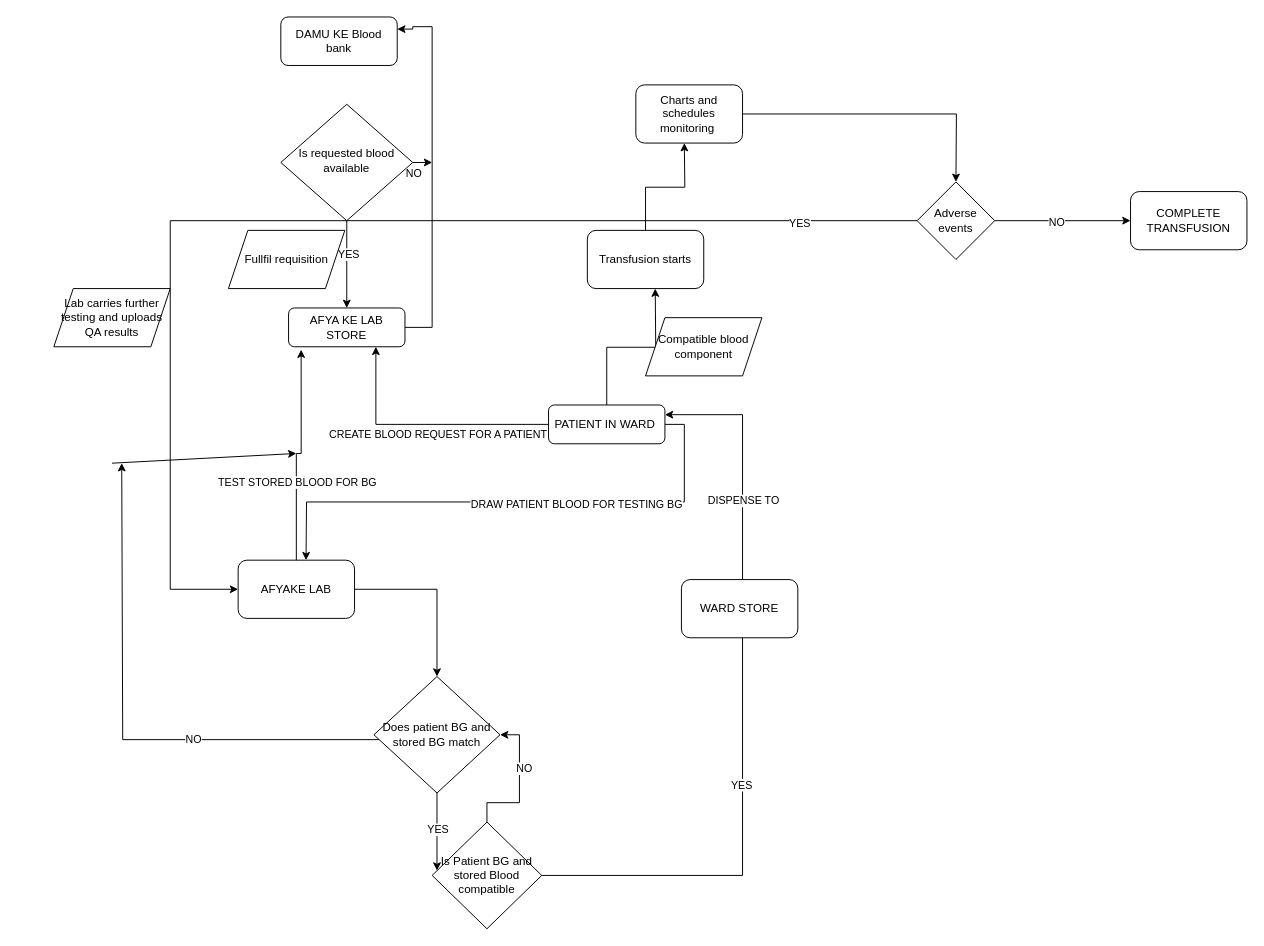
kelvinmudanya/zero_day keeps this draw.io diagram as Untitled Diagram.drawio. Above is the earlier version. Source tidied: cells renumbered, new cells numbered last; positions are measured from the earlier drawing's top-left corner, leaving out a move shared by most shapes. Both pictures are drawn from the tidied source at 97%, with x=0, y=0 at pixel (53, 16).
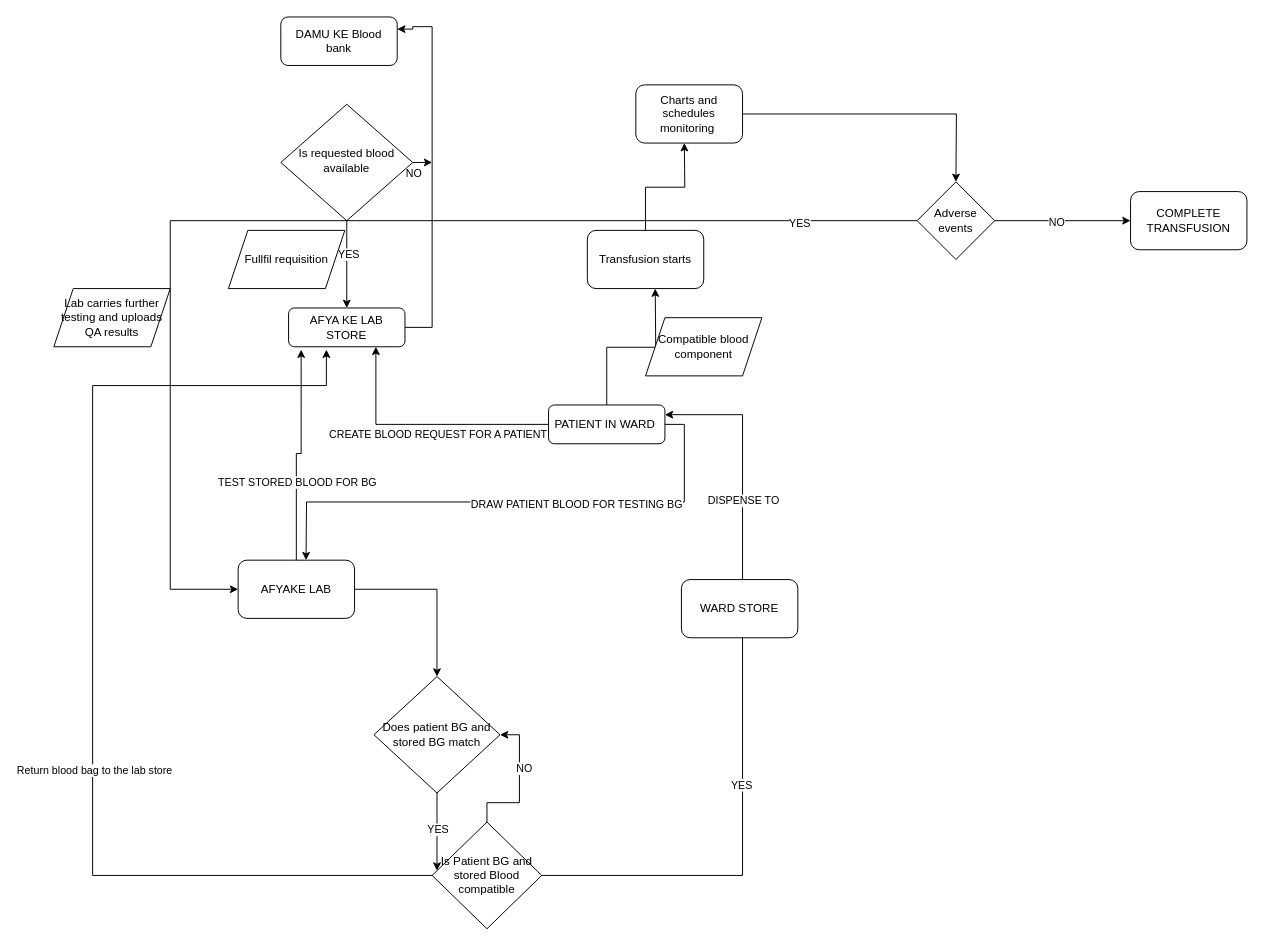
After the change.

The change refers to these unchanged cells:
```xml
<mxCell id="9" value="AFYA KE LAB STORE" style="rounded=1;whiteSpace=wrap;html=1;" parent="1" vertex="1">
  <mxGeometry x="242" y="300" width="120" height="40" as="geometry" />
</mxCell>
<mxCell id="25" value="Does patient BG and stored BG match" style="rhombus;whiteSpace=wrap;html=1;" parent="1" vertex="1">
  <mxGeometry x="330" y="680" width="130" height="120" as="geometry" />
</mxCell>
<mxCell id="32" value="Is Patient BG and stored Blood compatible" style="rhombus;whiteSpace=wrap;html=1;" parent="1" vertex="1">
  <mxGeometry x="390" y="830" width="113" height="110" as="geometry" />
</mxCell>
```

What changed in the source:
```diff
@@
-    <mxCell id="21" style="edgeStyle=orthogonalEdgeStyle;rounded=0;jettySize=auto;html=1;" parent="1" edge="1" source="25">
-      <mxGeometry relative="1" as="geometry">
-        <mxPoint x="70" y="460" as="targetPoint" />
-        <Array as="points">
-          <mxPoint x="71" y="745" />
-        </Array>
-      </mxGeometry>
-    </mxCell>
-    <mxCell id="22" value="NO" style="edgeLabel;html=1;align=center;verticalAlign=middle;" parent="21" vertex="1">
-      <mxGeometry x="-0.3" y="-1" relative="1" as="geometry" />
-    </mxCell>
@@
-    <mxCell id="26" style="endArrow=classic;html=1;rounded=0;" parent="1" edge="1">
-      <mxGeometry relative="1" as="geometry">
-        <mxPoint x="60" y="460" as="sourcePoint" />
-        <mxPoint x="250" y="450" as="targetPoint" />
-      </mxGeometry>
-    </mxCell>
@@
+    <mxCell id="46" style="edgeStyle=orthogonalEdgeStyle;rounded=0;jettySize=auto;html=1;entryX=0.325;entryY=1.075;entryDx=0;entryDy=0;entryPerimeter=0;" parent="1" edge="1" source="32" target="9">
+      <mxGeometry relative="1" as="geometry">
+        <Array as="points">
+          <mxPoint x="40" y="885" />
+          <mxPoint x="40" y="380" />
+          <mxPoint x="281" y="380" />
+        </Array>
+      </mxGeometry>
+    </mxCell>
+    <mxCell id="47" value="Return blood bag to the lab store" style="edgeLabel;html=1;align=center;verticalAlign=middle;" parent="46" vertex="1">
+      <mxGeometry x="-0.19" y="-1" relative="1" as="geometry" />
+    </mxCell>
```
